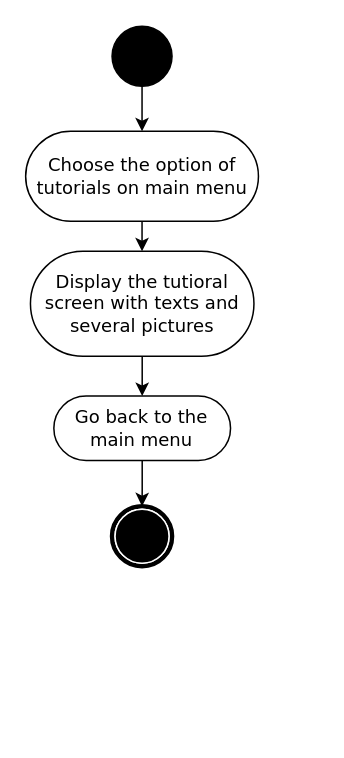
maxinimize/uml keeps this draw.io diagram as check tutiorals.drawio. Above is the earlier version. Source tidied: cells renumbered, new cells numbered last; positions are measured from the earlier drawing's top-left corner, leaving out a move shared by most shapes. Both pictures are drawn from the tidied source at 150%, with x=0, y=0 at pixel (26, 26).
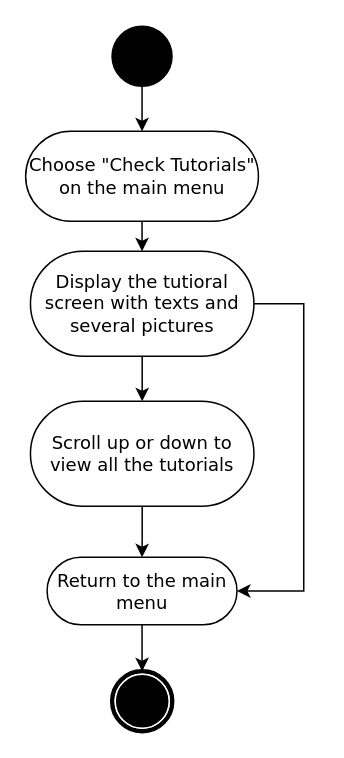
After the change.

Change to the diagram source:
```diff
@@
 <mxGraphModel>
   <root>
     <mxCell id="0" />
     <mxCell id="1" parent="0" />
+    <mxCell id="11" style="edgeStyle=orthogonalEdgeStyle;rounded=0;jettySize=auto;html=1;" parent="1" edge="1" source="3" target="13">
+      <mxGeometry relative="1" as="geometry" />
+    </mxCell>
-    <mxCell id="2" style="edgeStyle=orthogonalEdgeStyle;rounded=0;jettySize=auto;html=1;" parent="1" edge="1" source="3" target="7">
-      <mxGeometry relative="1" as="geometry" />
+    <mxCell id="2" style="edgeStyle=orthogonalEdgeStyle;rounded=0;jettySize=auto;html=1;entryX=1;entryY=0.5;entryDx=0;entryDy=0;" parent="1" edge="1" source="3" target="7">
+      <mxGeometry relative="1" as="geometry">
+        <Array as="points">
+          <mxPoint x="185" y="185" />
+          <mxPoint x="185" y="377" />
+        </Array>
+      </mxGeometry>
     </mxCell>
     <mxCell id="3" value="Display the tutioral screen with texts and several pictures" style="rounded=1;whiteSpace=wrap;html=1;shadow=0;comic=0;labelBackgroundColor=none;strokeWidth=1;fontFamily=Verdana;fontSize=12;align=center;arcSize=50;" parent="1" vertex="1">
       <mxGeometry x="2.8" y="150" width="149" height="70" as="geometry" />
     </mxCell>
     <mxCell id="4" style="edgeStyle=orthogonalEdgeStyle;rounded=0;jettySize=auto;html=1;entryX=0.5;entryY=0;entryDx=0;entryDy=0;" parent="1" edge="1" source="5" target="10">
       <mxGeometry relative="1" as="geometry" />
     </mxCell>
     <mxCell id="5" style="ellipse;whiteSpace=wrap;html=1;rounded=0;shadow=0;comic=0;labelBackgroundColor=none;strokeWidth=1;fillColor=#000000;fontFamily=Verdana;fontSize=12;align=center;" parent="1" vertex="1">
       <mxGeometry x="57.2" width="40" height="40" as="geometry" />
     </mxCell>
     <mxCell id="6" style="edgeStyle=orthogonalEdgeStyle;rounded=0;jettySize=auto;html=1;" parent="1" edge="1" source="7" target="8">
       <mxGeometry relative="1" as="geometry" />
     </mxCell>
-    <mxCell id="7" value="Go back to the main menu" style="rounded=1;whiteSpace=wrap;html=1;shadow=0;comic=0;labelBackgroundColor=none;strokeWidth=1;fontFamily=Verdana;fontSize=12;align=center;arcSize=50;" parent="1" vertex="1">
-      <mxGeometry x="18.4" y="246.5" width="117.8" height="43" as="geometry" />
+    <mxCell id="7" value="Return to the main menu" style="rounded=1;whiteSpace=wrap;html=1;shadow=0;comic=0;labelBackgroundColor=none;strokeWidth=1;fontFamily=Verdana;fontSize=12;align=center;arcSize=50;" parent="1" vertex="1">
+      <mxGeometry x="13.9" y="354" width="126.6" height="45" as="geometry" />
     </mxCell>
     <mxCell id="8" style="shape=mxgraph.bpmn.shape;html=1;verticalLabelPosition=bottom;labelBackgroundColor=#ffffff;verticalAlign=top;perimeter=ellipsePerimeter;outline=end;symbol=terminate;rounded=0;shadow=0;comic=0;strokeWidth=1;fontFamily=Verdana;fontSize=12;align=center;" parent="1" vertex="1">
-      <mxGeometry x="57.2" y="320" width="40" height="40" as="geometry" />
+      <mxGeometry x="57.3" y="430" width="40" height="40" as="geometry" />
     </mxCell>
     <mxCell id="9" style="edgeStyle=orthogonalEdgeStyle;rounded=0;jettySize=auto;html=1;" parent="1" edge="1" source="10" target="3">
       <mxGeometry relative="1" as="geometry">
         <Array as="points">
           <mxPoint x="76" y="130" />
           <mxPoint x="76" y="130" />
         </Array>
       </mxGeometry>
     </mxCell>
-    <mxCell id="10" value="Choose the option of tutorials on main menu" style="rounded=1;whiteSpace=wrap;html=1;shadow=0;comic=0;labelBackgroundColor=none;strokeWidth=1;fontFamily=Verdana;fontSize=12;align=center;arcSize=50;" parent="1" vertex="1">
+    <mxCell id="10" value="Choose &quot;Check Tutorials&quot; on the main menu" style="rounded=1;whiteSpace=wrap;html=1;shadow=0;comic=0;labelBackgroundColor=none;strokeWidth=1;fontFamily=Verdana;fontSize=12;align=center;arcSize=50;" parent="1" vertex="1">
       <mxGeometry x="-0.4" y="70" width="155.2" height="60" as="geometry" />
     </mxCell>
+    <mxCell id="12" style="edgeStyle=orthogonalEdgeStyle;rounded=0;jettySize=auto;html=1;" parent="1" edge="1" source="13" target="7">
+      <mxGeometry relative="1" as="geometry" />
+    </mxCell>
+    <mxCell id="13" value="Scroll up or down to view all the tutorials" style="rounded=1;whiteSpace=wrap;html=1;shadow=0;comic=0;labelBackgroundColor=none;strokeWidth=1;fontFamily=Verdana;fontSize=12;align=center;arcSize=50;" parent="1" vertex="1">
+      <mxGeometry x="2.8" y="250" width="149" height="70" as="geometry" />
+    </mxCell>
   </root>
 </mxGraphModel>
```
